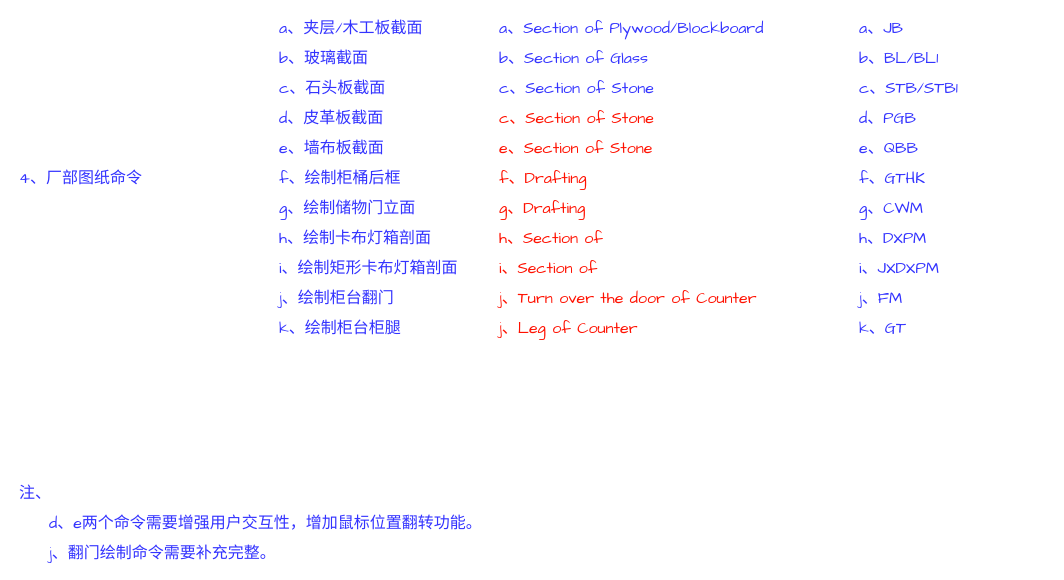
Above: page "厂部图纸命令" (5 of 6) of BF_CustomTools/bin/Debug/需求规划文档.drawio in zuiyuewu1102/AidedDraftingTools (draw.io), before the change. Source tidied: cells renumbered, new cells numbered last; positions are measured from the earlier drawing's top-left corner, leaving out a move shared by most shapes. Both pictures are drawn from the tidied source at 100%, with x=0, y=0 at pixel (17, 18).
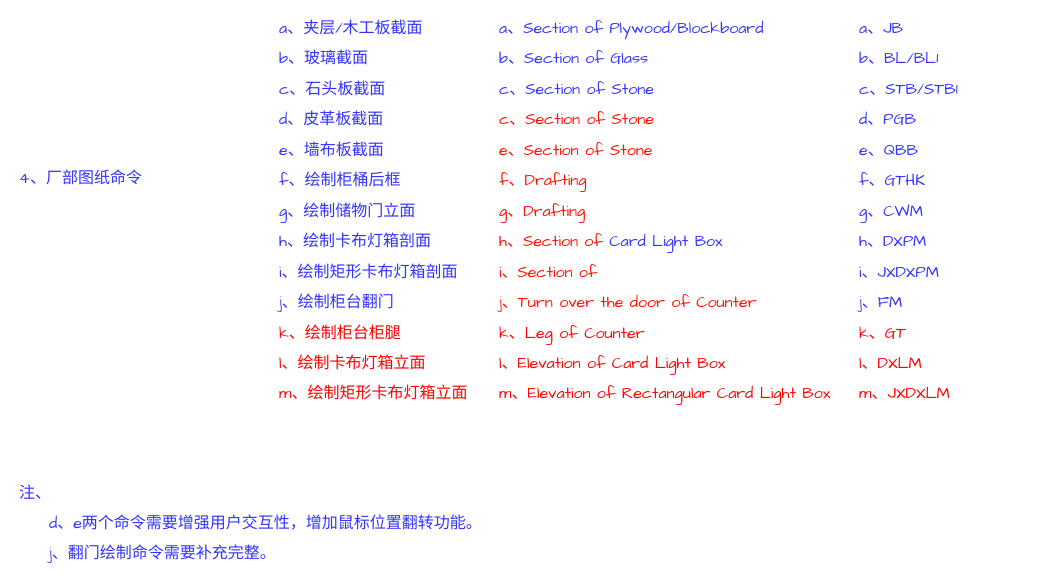
The same page after the edit.

Diff of the diagram source:
```diff
@@
     <mxCell id="8" value="c、石头板截面" style="text;html=1;strokeColor=none;fillColor=none;align=left;verticalAlign=middle;whiteSpace=wrap;rounded=0;fontSize=16;fontFamily=Comic Sans MS;fontColor=#3333FF;" parent="1" vertex="1">
-      <mxGeometry x="260" y="60" width="150" height="20" as="geometry" />
+      <mxGeometry x="260" y="61" width="150" height="20" as="geometry" />
     </mxCell>
     <mxCell id="9" value="c、Section of Stone" style="text;html=1;strokeColor=none;fillColor=none;align=left;verticalAlign=middle;whiteSpace=wrap;rounded=0;fontSize=16;fontFamily=Comic Sans MS;fontColor=#3333FF;" parent="1" vertex="1">
-      <mxGeometry x="480" y="60" width="350" height="20" as="geometry" />
+      <mxGeometry x="480" y="61" width="350" height="20" as="geometry" />
     </mxCell>
     <mxCell id="10" value="c、STB/STB1" style="text;html=1;strokeColor=none;fillColor=none;align=left;verticalAlign=middle;whiteSpace=wrap;rounded=0;fontSize=16;fontFamily=Comic Sans MS;fontColor=#3333FF;" parent="1" vertex="1">
-      <mxGeometry x="840" y="60" width="120" height="20" as="geometry" />
+      <mxGeometry x="840" y="61" width="120" height="20" as="geometry" />
     </mxCell>
     <mxCell id="11" value="d、皮革板截面" style="text;html=1;strokeColor=none;fillColor=none;align=left;verticalAlign=middle;whiteSpace=wrap;rounded=0;fontSize=16;fontFamily=Comic Sans MS;fontColor=#3333FF;" parent="1" vertex="1">
-      <mxGeometry x="260" y="90" width="150" height="20" as="geometry" />
+      <mxGeometry x="260" y="91" width="150" height="20" as="geometry" />
     </mxCell>
     <mxCell id="12" value="c、Section of Stone" style="text;html=1;strokeColor=none;fillColor=none;align=left;verticalAlign=middle;whiteSpace=wrap;rounded=0;fontSize=16;fontFamily=Comic Sans MS;fontColor=#FF1100;" parent="1" vertex="1">
-      <mxGeometry x="480" y="90" width="350" height="20" as="geometry" />
+      <mxGeometry x="480" y="91" width="350" height="20" as="geometry" />
     </mxCell>
     <mxCell id="13" value="d、PGB" style="text;html=1;strokeColor=none;fillColor=none;align=left;verticalAlign=middle;whiteSpace=wrap;rounded=0;fontSize=16;fontFamily=Comic Sans MS;fontColor=#3333FF;" parent="1" vertex="1">
-      <mxGeometry x="840" y="90" width="120" height="20" as="geometry" />
+      <mxGeometry x="840" y="91" width="120" height="20" as="geometry" />
     </mxCell>
     <mxCell id="14" value="e、墙布板截面" style="text;html=1;strokeColor=none;fillColor=none;align=left;verticalAlign=middle;whiteSpace=wrap;rounded=0;fontSize=16;fontFamily=Comic Sans MS;fontColor=#3333FF;" parent="1" vertex="1">
-      <mxGeometry x="260" y="120" width="150" height="20" as="geometry" />
+      <mxGeometry x="260" y="122" width="150" height="20" as="geometry" />
     </mxCell>
     <mxCell id="15" value="e、Section of Stone" style="text;html=1;strokeColor=none;fillColor=none;align=left;verticalAlign=middle;whiteSpace=wrap;rounded=0;fontSize=16;fontFamily=Comic Sans MS;fontColor=#FF1100;" parent="1" vertex="1">
-      <mxGeometry x="480" y="120" width="350" height="20" as="geometry" />
+      <mxGeometry x="480" y="122" width="350" height="20" as="geometry" />
     </mxCell>
     <mxCell id="16" value="e、QBB" style="text;html=1;strokeColor=none;fillColor=none;align=left;verticalAlign=middle;whiteSpace=wrap;rounded=0;fontSize=16;fontFamily=Comic Sans MS;fontColor=#3333FF;" parent="1" vertex="1">
-      <mxGeometry x="840" y="120" width="120" height="20" as="geometry" />
+      <mxGeometry x="840" y="122" width="120" height="20" as="geometry" />
     </mxCell>
     <mxCell id="17" value="f、绘制柜桶后框" style="text;html=1;strokeColor=none;fillColor=none;align=left;verticalAlign=middle;whiteSpace=wrap;rounded=0;fontSize=16;fontFamily=Comic Sans MS;fontColor=#3333FF;" parent="1" vertex="1">
-      <mxGeometry x="260" y="150" width="150" height="20" as="geometry" />
+      <mxGeometry x="260" y="152" width="150" height="20" as="geometry" />
     </mxCell>
     <mxCell id="18" value="f、Drafting&amp;nbsp;" style="text;html=1;strokeColor=none;fillColor=none;align=left;verticalAlign=middle;whiteSpace=wrap;rounded=0;fontSize=16;fontFamily=Comic Sans MS;fontColor=#FF1100;" parent="1" vertex="1">
-      <mxGeometry x="480" y="150" width="350" height="20" as="geometry" />
+      <mxGeometry x="480" y="152" width="350" height="20" as="geometry" />
     </mxCell>
     <mxCell id="19" value="f、GTHK" style="text;html=1;strokeColor=none;fillColor=none;align=left;verticalAlign=middle;whiteSpace=wrap;rounded=0;fontSize=16;fontFamily=Comic Sans MS;fontColor=#3333FF;" parent="1" vertex="1">
-      <mxGeometry x="840" y="150" width="120" height="20" as="geometry" />
+      <mxGeometry x="840" y="152" width="120" height="20" as="geometry" />
     </mxCell>
     <mxCell id="20" value="g、绘制储物门立面" style="text;html=1;strokeColor=none;fillColor=none;align=left;verticalAlign=middle;whiteSpace=wrap;rounded=0;fontSize=16;fontFamily=Comic Sans MS;fontColor=#3333FF;" parent="1" vertex="1">
-      <mxGeometry x="260" y="180" width="150" height="20" as="geometry" />
+      <mxGeometry x="260" y="183" width="150" height="20" as="geometry" />
     </mxCell>
     <mxCell id="21" value="g、Drafting&amp;nbsp;" style="text;html=1;strokeColor=none;fillColor=none;align=left;verticalAlign=middle;whiteSpace=wrap;rounded=0;fontSize=16;fontFamily=Comic Sans MS;fontColor=#FF1100;" parent="1" vertex="1">
-      <mxGeometry x="480" y="180" width="350" height="20" as="geometry" />
+      <mxGeometry x="480" y="183" width="350" height="20" as="geometry" />
     </mxCell>
     <mxCell id="22" value="g、CWM" style="text;html=1;strokeColor=none;fillColor=none;align=left;verticalAlign=middle;whiteSpace=wrap;rounded=0;fontSize=16;fontFamily=Comic Sans MS;fontColor=#3333FF;" parent="1" vertex="1">
-      <mxGeometry x="840" y="180" width="120" height="20" as="geometry" />
+      <mxGeometry x="840" y="183" width="120" height="20" as="geometry" />
     </mxCell>
     <mxCell id="23" value="h、绘制卡布灯箱剖面" style="text;html=1;strokeColor=none;fillColor=none;align=left;verticalAlign=middle;whiteSpace=wrap;rounded=0;fontSize=16;fontFamily=Comic Sans MS;fontColor=#3333FF;" parent="1" vertex="1">
-      <mxGeometry x="260" y="210" width="160" height="20" as="geometry" />
+      <mxGeometry x="260" y="213" width="160" height="20" as="geometry" />
     </mxCell>
-    <mxCell id="24" value="h、Section of&amp;nbsp;&amp;nbsp;" style="text;html=1;strokeColor=none;fillColor=none;align=left;verticalAlign=middle;whiteSpace=wrap;rounded=0;fontSize=16;fontFamily=Comic Sans MS;fontColor=#FF1100;" parent="1" vertex="1">
-      <mxGeometry x="480" y="210" width="350" height="20" as="geometry" />
+    <mxCell id="24" value="h、Section of&amp;nbsp;&lt;span style=&quot;color: rgb(51 , 51 , 255)&quot;&gt;Card Light Box&lt;/span&gt;" style="text;html=1;strokeColor=none;fillColor=none;align=left;verticalAlign=middle;whiteSpace=wrap;rounded=0;fontSize=16;fontFamily=Comic Sans MS;fontColor=#FF1100;" parent="1" vertex="1">
+      <mxGeometry x="480" y="213" width="350" height="20" as="geometry" />
     </mxCell>
     <mxCell id="25" value="h、DXPM" style="text;html=1;strokeColor=none;fillColor=none;align=left;verticalAlign=middle;whiteSpace=wrap;rounded=0;fontSize=16;fontFamily=Comic Sans MS;fontColor=#3333FF;" parent="1" vertex="1">
-      <mxGeometry x="840" y="210" width="120" height="20" as="geometry" />
+      <mxGeometry x="840" y="213" width="120" height="20" as="geometry" />
     </mxCell>
     <mxCell id="26" value="i、绘制矩形卡布灯箱剖面" style="text;html=1;strokeColor=none;fillColor=none;align=left;verticalAlign=middle;whiteSpace=wrap;rounded=0;fontSize=16;fontFamily=Comic Sans MS;fontColor=#3333FF;" parent="1" vertex="1">
-      <mxGeometry x="260" y="240" width="210" height="20" as="geometry" />
+      <mxGeometry x="260" y="244" width="210" height="20" as="geometry" />
     </mxCell>
     <mxCell id="27" value="i、Section of" style="text;html=1;strokeColor=none;fillColor=none;align=left;verticalAlign=middle;whiteSpace=wrap;rounded=0;fontSize=16;fontFamily=Comic Sans MS;fontColor=#FF1100;" parent="1" vertex="1">
-      <mxGeometry x="480" y="240" width="350" height="20" as="geometry" />
+      <mxGeometry x="480" y="244" width="350" height="20" as="geometry" />
     </mxCell>
     <mxCell id="28" value="i、JXDXPM" style="text;html=1;strokeColor=none;fillColor=none;align=left;verticalAlign=middle;whiteSpace=wrap;rounded=0;fontSize=16;fontFamily=Comic Sans MS;fontColor=#3333FF;" parent="1" vertex="1">
-      <mxGeometry x="840" y="240" width="120" height="20" as="geometry" />
+      <mxGeometry x="840" y="244" width="120" height="20" as="geometry" />
     </mxCell>
     <mxCell id="29" value="j、绘制柜台翻门" style="text;html=1;strokeColor=none;fillColor=none;align=left;verticalAlign=middle;whiteSpace=wrap;rounded=0;fontSize=16;fontFamily=Comic Sans MS;fontColor=#3333FF;" parent="1" vertex="1">
-      <mxGeometry x="260" y="270" width="210" height="20" as="geometry" />
+      <mxGeometry x="260" y="274" width="210" height="20" as="geometry" />
     </mxCell>
     <mxCell id="30" value="j、Turn over the door of&amp;nbsp;Counter&amp;nbsp;" style="text;html=1;strokeColor=none;fillColor=none;align=left;verticalAlign=middle;whiteSpace=wrap;rounded=0;fontSize=16;fontFamily=Comic Sans MS;fontColor=#FF1100;" parent="1" vertex="1">
-      <mxGeometry x="480" y="270" width="350" height="20" as="geometry" />
+      <mxGeometry x="480" y="274" width="350" height="20" as="geometry" />
     </mxCell>
     <mxCell id="31" value="j、FM" style="text;html=1;strokeColor=none;fillColor=none;align=left;verticalAlign=middle;whiteSpace=wrap;rounded=0;fontSize=16;fontFamily=Comic Sans MS;fontColor=#3333FF;" parent="1" vertex="1">
-      <mxGeometry x="840" y="270" width="120" height="20" as="geometry" />
+      <mxGeometry x="840" y="274" width="120" height="20" as="geometry" />
     </mxCell>
-    <mxCell id="32" value="k、绘制柜台柜腿" style="text;html=1;strokeColor=none;fillColor=none;align=left;verticalAlign=middle;whiteSpace=wrap;rounded=0;fontSize=16;fontFamily=Comic Sans MS;fontColor=#3333FF;" parent="1" vertex="1">
-      <mxGeometry x="260" y="300" width="210" height="20" as="geometry" />
+    <mxCell id="32" value="k、绘制柜台柜腿" style="text;html=1;strokeColor=none;fillColor=none;align=left;verticalAlign=middle;whiteSpace=wrap;rounded=0;fontSize=16;fontFamily=Comic Sans MS;fontColor=#FF0000;" parent="1" vertex="1">
+      <mxGeometry x="260" y="305" width="210" height="20" as="geometry" />
     </mxCell>
-    <mxCell id="33" value="j、Leg of&amp;nbsp;Counter&amp;nbsp;" style="text;html=1;strokeColor=none;fillColor=none;align=left;verticalAlign=middle;whiteSpace=wrap;rounded=0;fontSize=16;fontFamily=Comic Sans MS;fontColor=#FF1100;" parent="1" vertex="1">
-      <mxGeometry x="480" y="300" width="350" height="20" as="geometry" />
+    <mxCell id="33" value="k、Leg of&amp;nbsp;Counter&amp;nbsp;" style="text;html=1;strokeColor=none;fillColor=none;align=left;verticalAlign=middle;whiteSpace=wrap;rounded=0;fontSize=16;fontFamily=Comic Sans MS;fontColor=#FF0000;" parent="1" vertex="1">
+      <mxGeometry x="480" y="305" width="350" height="20" as="geometry" />
     </mxCell>
-    <mxCell id="34" value="k、GT" style="text;html=1;strokeColor=none;fillColor=none;align=left;verticalAlign=middle;whiteSpace=wrap;rounded=0;fontSize=16;fontFamily=Comic Sans MS;fontColor=#3333FF;" parent="1" vertex="1">
-      <mxGeometry x="840" y="300" width="120" height="20" as="geometry" />
+    <mxCell id="34" value="k、GT" style="text;html=1;strokeColor=none;fillColor=none;align=left;verticalAlign=middle;whiteSpace=wrap;rounded=0;fontSize=16;fontFamily=Comic Sans MS;fontColor=#FF0000;" parent="1" vertex="1">
+      <mxGeometry x="840" y="305" width="120" height="20" as="geometry" />
     </mxCell>
@@
+    <mxCell id="39" value="l、绘制卡布灯箱立面" style="text;html=1;strokeColor=none;fillColor=none;align=left;verticalAlign=middle;whiteSpace=wrap;rounded=0;fontSize=16;fontFamily=Comic Sans MS;fontColor=#FF0000;" parent="1" vertex="1">
+      <mxGeometry x="260" y="335" width="210" height="20" as="geometry" />
+    </mxCell>
+    <mxCell id="40" value="l、&lt;span style=&quot;&quot;&gt;Elevation of Card Light Box&lt;/span&gt;" style="text;html=1;strokeColor=none;fillColor=none;align=left;verticalAlign=middle;whiteSpace=wrap;rounded=0;fontSize=16;fontFamily=Comic Sans MS;fontColor=#FF0000;" parent="1" vertex="1">
+      <mxGeometry x="480" y="335" width="350" height="20" as="geometry" />
+    </mxCell>
+    <mxCell id="41" value="l、DXLM" style="text;html=1;strokeColor=none;fillColor=none;align=left;verticalAlign=middle;whiteSpace=wrap;rounded=0;fontSize=16;fontFamily=Comic Sans MS;fontColor=#FF0000;" parent="1" vertex="1">
+      <mxGeometry x="840" y="335" width="120" height="20" as="geometry" />
+    </mxCell>
+    <mxCell id="42" value="m、绘制矩形卡布灯箱立面" style="text;html=1;strokeColor=none;fillColor=none;align=left;verticalAlign=middle;whiteSpace=wrap;rounded=0;fontSize=16;fontFamily=Comic Sans MS;fontColor=#FF0000;" parent="1" vertex="1">
+      <mxGeometry x="260" y="365" width="210" height="20" as="geometry" />
+    </mxCell>
+    <mxCell id="43" value="m、&lt;span style=&quot;&quot;&gt;Elevation of Rectangular Card Light Box&lt;/span&gt;" style="text;html=1;strokeColor=none;fillColor=none;align=left;verticalAlign=middle;whiteSpace=wrap;rounded=0;fontSize=16;fontFamily=Comic Sans MS;fontColor=#FF0000;" parent="1" vertex="1">
+      <mxGeometry x="480" y="365" width="350" height="20" as="geometry" />
+    </mxCell>
+    <mxCell id="44" value="m、JXDXLM" style="text;html=1;strokeColor=none;fillColor=none;align=left;verticalAlign=middle;whiteSpace=wrap;rounded=0;fontSize=16;fontFamily=Comic Sans MS;fontColor=#FF0000;" parent="1" vertex="1">
+      <mxGeometry x="840" y="365" width="120" height="20" as="geometry" />
+    </mxCell>
```
